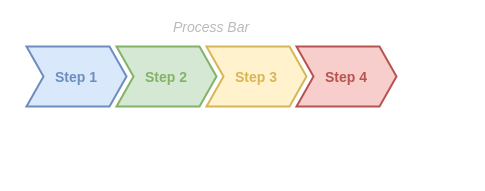
The draw.io diagram 준공영급여정산전자결재프로세스.drawio in kikii-develope/system_architecture_design, before the edit. Source tidied: cells renumbered, new cells numbered last; positions are measured from the earlier drawing's top-left corner, leaving out a move shared by most shapes. Both pictures are drawn from the tidied source at 100%, with x=0, y=0 at pixel (16, 16).
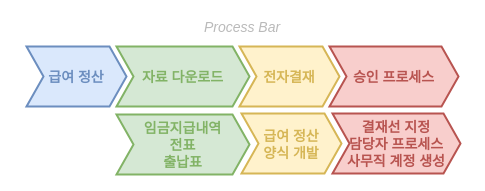
Above is the later version.

Commit message:
준공영급여정산전자결재프로세스.drawio 업데이트

What changed in the source:
```diff
@@
 <mxGraphModel>
   <root>
     <mxCell id="0" />
     <mxCell id="1" parent="0" />
     <mxCell id="2" value="Process Bar" style="swimlane;fontStyle=2;horizontal=1;startSize=20;fillColor=none;swimlaneFillColor=none;strokeColor=none;fontFamily=Helvetica;fontSize=14;fontColor=#BABABA;verticalAlign=middle;stackBorder=10;" parent="1" vertex="1">
-      <mxGeometry width="390" height="100" as="geometry" />
+      <mxGeometry width="452" height="100" as="geometry" />
     </mxCell>
-    <mxCell id="3" value="Step 1" style="shape=step;perimeter=stepPerimeter;strokeColor=#6C8EBF;fontFamily=Helvetica;fontSize=14;fontColor=#6C8EBF;fillColor=#dae8fc;fixedSize=1;size=17;fontStyle=1;strokeWidth=2;spacingTop=0;" parent="2" vertex="1">
+    <mxCell id="3" value="급여 정산" style="shape=step;perimeter=stepPerimeter;strokeColor=#6C8EBF;fontFamily=Helvetica;fontSize=14;fontColor=#6C8EBF;fillColor=#dae8fc;fixedSize=1;size=17;fontStyle=1;strokeWidth=2;spacingTop=0;" parent="2" vertex="1">
       <mxGeometry x="10" y="30" width="100" height="60" as="geometry" />
     </mxCell>
-    <mxCell id="4" value="Step 2" style="shape=step;perimeter=stepPerimeter;strokeColor=#82B366;fontFamily=Helvetica;fontSize=14;fontColor=#82B366;fillColor=#d5e8d4;fixedSize=1;size=17;fontStyle=1;strokeWidth=2;spacingTop=0;" parent="2" vertex="1">
-      <mxGeometry x="100" y="30" width="100" height="60" as="geometry" />
+    <mxCell id="4" value="자료 다운로드" style="shape=step;perimeter=stepPerimeter;strokeColor=#82B366;fontFamily=Helvetica;fontSize=14;fontColor=#82B366;fillColor=#d5e8d4;fixedSize=1;size=17;fontStyle=1;strokeWidth=2;spacingTop=0;" parent="2" vertex="1">
+      <mxGeometry x="100" y="30" width="133" height="60" as="geometry" />
     </mxCell>
-    <mxCell id="5" value="Step 3" style="shape=step;perimeter=stepPerimeter;strokeColor=#D6B656;fontFamily=Helvetica;fontSize=14;fontColor=#D6B656;fillColor=#fff2cc;fixedSize=1;size=17;fontStyle=1;strokeWidth=2;spacingTop=0;" parent="2" vertex="1">
-      <mxGeometry x="190" y="30" width="100" height="60" as="geometry" />
+    <mxCell id="5" value="전자결재" style="shape=step;perimeter=stepPerimeter;strokeColor=#D6B656;fontFamily=Helvetica;fontSize=14;fontColor=#D6B656;fillColor=#fff2cc;fixedSize=1;size=17;fontStyle=1;strokeWidth=2;spacingTop=0;" parent="2" vertex="1">
+      <mxGeometry x="223" y="30" width="100" height="60" as="geometry" />
     </mxCell>
-    <mxCell id="6" value="Step 4" style="shape=step;perimeter=stepPerimeter;strokeColor=#B85450;fontFamily=Helvetica;fontSize=14;fontColor=#B85450;fillColor=#f8cecc;fixedSize=1;size=17;fontStyle=1;strokeWidth=2;spacingTop=0;" parent="2" vertex="1">
-      <mxGeometry x="280" y="30" width="100" height="60" as="geometry" />
+    <mxCell id="6" value="승인 프로세스" style="shape=step;perimeter=stepPerimeter;strokeColor=#B85450;fontFamily=Helvetica;fontSize=14;fontColor=#B85450;fillColor=#f8cecc;fixedSize=1;size=17;fontStyle=1;strokeWidth=2;spacingTop=0;" parent="2" vertex="1">
+      <mxGeometry x="313" y="30" width="129" height="60" as="geometry" />
     </mxCell>
+    <mxCell id="7" value="임금지급내역&#10;전표&#10;출납표" style="shape=step;perimeter=stepPerimeter;strokeColor=#82B366;fontFamily=Helvetica;fontSize=14;fontColor=#82B366;fillColor=#d5e8d4;fixedSize=1;size=17;fontStyle=1;strokeWidth=2;spacingTop=0;align=center;" parent="1" vertex="1">
+      <mxGeometry x="100" y="98" width="133" height="60" as="geometry" />
+    </mxCell>
+    <mxCell id="8" value="급여 정산&#10;양식 개발" style="shape=step;perimeter=stepPerimeter;strokeColor=#D6B656;fontFamily=Helvetica;fontSize=14;fontColor=#D6B656;fillColor=#fff2cc;fixedSize=1;size=17;fontStyle=1;strokeWidth=2;spacingTop=0;" parent="1" vertex="1">
+      <mxGeometry x="225" y="97" width="100" height="60" as="geometry" />
+    </mxCell>
+    <mxCell id="9" value="결재선 지정&#10;담당자 프로세스&#10;사무직 계정 생성" style="shape=step;perimeter=stepPerimeter;strokeColor=#B85450;fontFamily=Helvetica;fontSize=14;fontColor=#B85450;fillColor=#f8cecc;fixedSize=1;size=17;fontStyle=1;strokeWidth=2;spacingTop=0;" parent="1" vertex="1">
+      <mxGeometry x="316" y="97" width="128" height="60" as="geometry" />
+    </mxCell>
   </root>
 </mxGraphModel>
```
